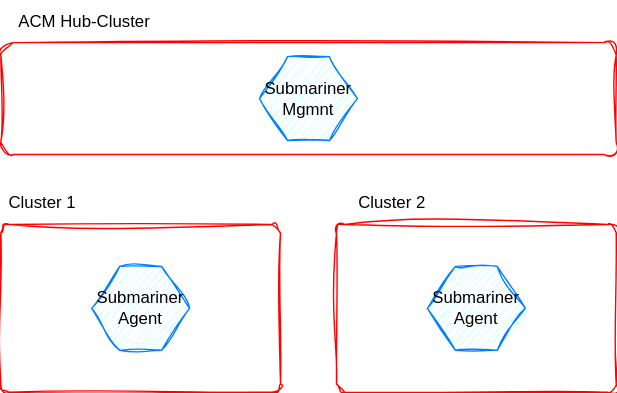
The draw.io diagram diagrams/architecture-submariner-highlevel.drawio.svg in domenico-piol/rh-crossclusternetworking, before a commit. Source tidied: cells renumbered, new cells last; positions are measured from the earlier drawing's top-left corner, leaving out a move shared by most shapes. The source it was exported from:
```xml
<mxGraphModel>
  <root>
    <mxCell id="0" />
    <mxCell id="1" parent="0" />
    <mxCell id="2" style="rounded=1;whiteSpace=wrap;html=1;fillColor=none;arcSize=5;strokeColor=#FF0000;sketch=1;curveFitting=1;jiggle=2;" parent="1" vertex="1">
      <mxGeometry x="240" y="160" width="200" height="120" as="geometry" />
    </mxCell>
    <mxCell id="3" style="rounded=1;whiteSpace=wrap;html=1;fillColor=none;arcSize=5;strokeColor=#FF0000;glass=0;sketch=1;curveFitting=1;jiggle=2;" parent="1" vertex="1">
      <mxGeometry y="160" width="200" height="120" as="geometry" />
    </mxCell>
    <mxCell id="4" style="edgeStyle=none;html=1;entryX=0.5;entryY=0;entryDx=0;entryDy=0;sketch=1;curveFitting=1;jiggle=2;" parent="1" edge="1" target="x">
      <mxGeometry relative="1" as="geometry">
        <mxPoint x="100" y="250" as="sourcePoint" />
      </mxGeometry>
    </mxCell>
    <mxCell id="5" style="edgeStyle=none;html=1;entryX=0;entryY=0.5;entryDx=0;entryDy=0;sketch=1;curveFitting=1;jiggle=2;" parent="1" edge="1" target="x">
      <mxGeometry relative="1" as="geometry">
        <mxPoint x="160" y="335" as="sourcePoint" />
      </mxGeometry>
    </mxCell>
    <mxCell id="6" value="Cluster 1" style="text;html=1;align=center;verticalAlign=middle;whiteSpace=wrap;rounded=0;sketch=1;curveFitting=1;jiggle=2;" parent="1" vertex="1">
      <mxGeometry y="130" width="60" height="30" as="geometry" />
    </mxCell>
    <mxCell id="7" value="Cluster 2" style="text;html=1;align=center;verticalAlign=middle;whiteSpace=wrap;rounded=0;sketch=1;curveFitting=1;jiggle=2;" parent="1" vertex="1">
      <mxGeometry x="250" y="130" width="60" height="30" as="geometry" />
    </mxCell>
    <mxCell id="8" style="rounded=1;whiteSpace=wrap;html=1;fillColor=none;arcSize=11;strokeColor=#FF0000;sketch=1;curveFitting=1;jiggle=2;" parent="1" vertex="1">
      <mxGeometry y="30" width="440" height="80" as="geometry" />
    </mxCell>
    <mxCell id="9" value="ACM Hub-Cluster" style="text;html=1;align=center;verticalAlign=middle;whiteSpace=wrap;rounded=0;sketch=1;curveFitting=1;jiggle=2;" parent="1" vertex="1">
      <mxGeometry x="10" width="100" height="30" as="geometry" />
    </mxCell>
    <mxCell id="10" value="Submariner&lt;div&gt;Mgmnt&lt;/div&gt;" style="shape=hexagon;perimeter=hexagonPerimeter2;whiteSpace=wrap;html=1;fixedSize=1;strokeColor=#007FFF;fillColor=#CCFFFF;sketch=1;curveFitting=1;jiggle=2;" parent="1" vertex="1">
      <mxGeometry x="185" y="40" width="70" height="60" as="geometry" />
    </mxCell>
    <mxCell id="11" value="Submariner&lt;div&gt;Agent&lt;/div&gt;" style="shape=hexagon;perimeter=hexagonPerimeter2;whiteSpace=wrap;html=1;fixedSize=1;strokeColor=#007FFF;fillColor=#CCFFFF;sketch=1;curveFitting=1;jiggle=2;" parent="1" vertex="1">
      <mxGeometry x="65" y="190" width="70" height="60" as="geometry" />
    </mxCell>
    <mxCell id="12" value="Submariner&lt;div&gt;Agent&lt;/div&gt;" style="shape=hexagon;perimeter=hexagonPerimeter2;whiteSpace=wrap;html=1;fixedSize=1;sketch=1;curveFitting=1;jiggle=2;strokeColor=#007FFF;fillColor=#CCFFFF;" parent="1" vertex="1">
      <mxGeometry x="305" y="190" width="70" height="60" as="geometry" />
    </mxCell>
  </root>
</mxGraphModel>
```
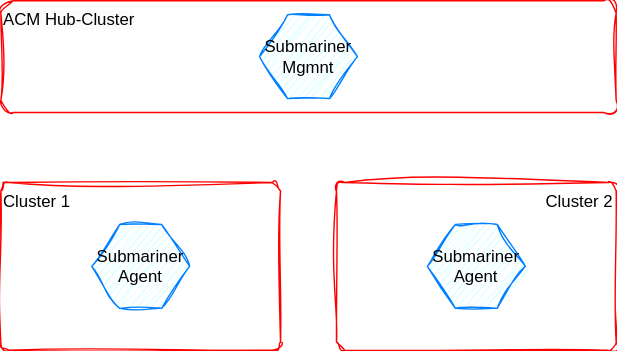
After the change.

What changed in the source:
```diff
@@ -2,34 +2,25 @@
   <root>
     <mxCell id="0" />
     <mxCell id="1" parent="0" />
-    <mxCell id="2" style="rounded=1;whiteSpace=wrap;html=1;fillColor=none;arcSize=5;strokeColor=#FF0000;sketch=1;curveFitting=1;jiggle=2;" parent="1" vertex="1">
+    <mxCell id="2" value="Cluster 2" style="rounded=1;whiteSpace=wrap;html=1;fillColor=none;arcSize=5;strokeColor=#FF0000;sketch=1;curveFitting=1;jiggle=2;align=right;verticalAlign=top;" parent="1" vertex="1">
       <mxGeometry x="240" y="160" width="200" height="120" as="geometry" />
     </mxCell>
-    <mxCell id="3" style="rounded=1;whiteSpace=wrap;html=1;fillColor=none;arcSize=5;strokeColor=#FF0000;glass=0;sketch=1;curveFitting=1;jiggle=2;" parent="1" vertex="1">
+    <mxCell id="3" value="Cluster 1" style="rounded=1;whiteSpace=wrap;html=1;fillColor=none;arcSize=5;strokeColor=#FF0000;glass=0;sketch=1;curveFitting=1;jiggle=2;align=left;verticalAlign=top;" parent="1" vertex="1">
       <mxGeometry y="160" width="200" height="120" as="geometry" />
     </mxCell>
-    <mxCell id="4" style="edgeStyle=none;html=1;entryX=0.5;entryY=0;entryDx=0;entryDy=0;sketch=1;curveFitting=1;jiggle=2;" parent="1" edge="1" target="x">
+    <mxCell id="4" style="edgeStyle=none;html=1;entryX=0.5;entryY=0;entryDx=0;entryDy=0;sketch=1;curveFitting=1;jiggle=2;" parent="1" edge="1">
       <mxGeometry relative="1" as="geometry">
         <mxPoint x="100" y="250" as="sourcePoint" />
       </mxGeometry>
     </mxCell>
-    <mxCell id="5" style="edgeStyle=none;html=1;entryX=0;entryY=0.5;entryDx=0;entryDy=0;sketch=1;curveFitting=1;jiggle=2;" parent="1" edge="1" target="x">
+    <mxCell id="5" style="edgeStyle=none;html=1;entryX=0;entryY=0.5;entryDx=0;entryDy=0;sketch=1;curveFitting=1;jiggle=2;" parent="1" edge="1">
       <mxGeometry relative="1" as="geometry">
         <mxPoint x="160" y="335" as="sourcePoint" />
       </mxGeometry>
     </mxCell>
-    <mxCell id="6" value="Cluster 1" style="text;html=1;align=center;verticalAlign=middle;whiteSpace=wrap;rounded=0;sketch=1;curveFitting=1;jiggle=2;" parent="1" vertex="1">
-      <mxGeometry y="130" width="60" height="30" as="geometry" />
-    </mxCell>
-    <mxCell id="7" value="Cluster 2" style="text;html=1;align=center;verticalAlign=middle;whiteSpace=wrap;rounded=0;sketch=1;curveFitting=1;jiggle=2;" parent="1" vertex="1">
-      <mxGeometry x="250" y="130" width="60" height="30" as="geometry" />
-    </mxCell>
-    <mxCell id="8" style="rounded=1;whiteSpace=wrap;html=1;fillColor=none;arcSize=11;strokeColor=#FF0000;sketch=1;curveFitting=1;jiggle=2;" parent="1" vertex="1">
+    <mxCell id="8" value="&lt;span style=&quot;color: rgb(0, 0, 0); font-family: Helvetica; font-size: 12px; font-style: normal; font-variant-ligatures: normal; font-variant-caps: normal; font-weight: 400; letter-spacing: normal; orphans: 2; text-indent: 0px; text-transform: none; widows: 2; word-spacing: 0px; -webkit-text-stroke-width: 0px; white-space: normal; background-color: rgb(251, 251, 251); text-decoration-thickness: initial; text-decoration-style: initial; text-decoration-color: initial; float: none; display: inline !important;&quot;&gt;ACM Hub-Cluster&lt;/span&gt;" style="rounded=1;whiteSpace=wrap;html=1;fillColor=none;arcSize=11;strokeColor=#FF0000;sketch=1;curveFitting=1;jiggle=2;align=left;verticalAlign=top;" parent="1" vertex="1">
       <mxGeometry y="30" width="440" height="80" as="geometry" />
     </mxCell>
-    <mxCell id="9" value="ACM Hub-Cluster" style="text;html=1;align=center;verticalAlign=middle;whiteSpace=wrap;rounded=0;sketch=1;curveFitting=1;jiggle=2;" parent="1" vertex="1">
-      <mxGeometry x="10" width="100" height="30" as="geometry" />
-    </mxCell>
     <mxCell id="10" value="Submariner&lt;div&gt;Mgmnt&lt;/div&gt;" style="shape=hexagon;perimeter=hexagonPerimeter2;whiteSpace=wrap;html=1;fixedSize=1;strokeColor=#007FFF;fillColor=#CCFFFF;sketch=1;curveFitting=1;jiggle=2;" parent="1" vertex="1">
       <mxGeometry x="185" y="40" width="70" height="60" as="geometry" />
     </mxCell>
```
